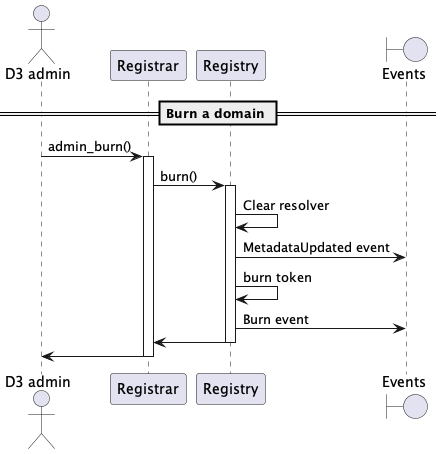
The PlantUML diagram docs/sequence-diagrams/puml/burn-domain.png in make-software/cspr-name-contracts, before a commit.
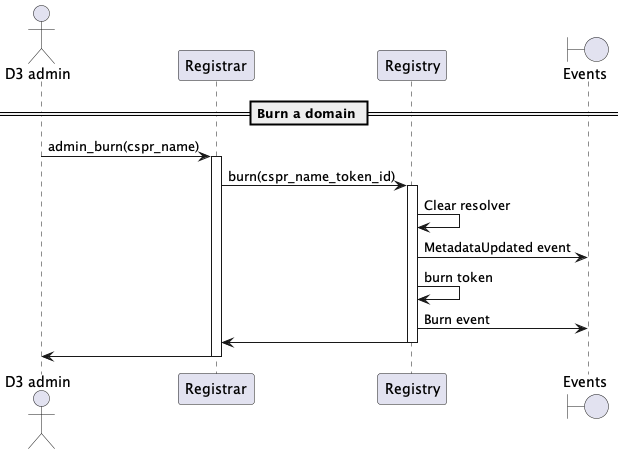
Above is the later version.

The edit, as a diff of the source:
```diff
@@ -7,9 +7,9 @@
 
 == Burn a domain ==
 
-"D3 admin" -> "Registrar": admin_burn()
+"D3 admin" -> "Registrar": admin_burn(cspr_name)
 activate Registrar
-Registrar -> Registry: burn()
+Registrar -> Registry: burn(cspr_name_token_id)
 activate Registry
 Registry -> Registry: Clear resolver
 Registry -> "Events": MetadataUpdated event
```
